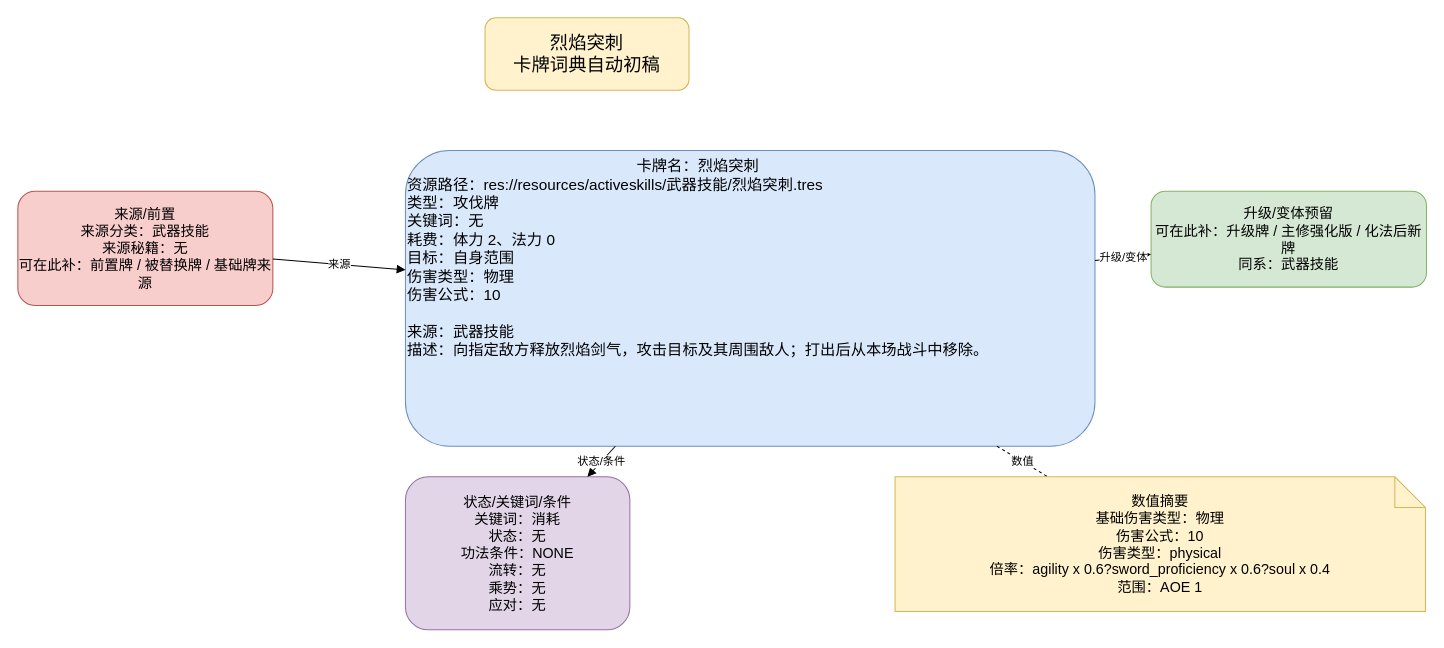
ankundanetracyc-spec/tian-guan-you-du keeps this draw.io diagram as docs/卡牌词典/武器技能/烈焰突刺.drawio. Above is the earlier version. Source tidied: cells renumbered, new cells numbered last; positions are measured from the earlier drawing's top-left corner, leaving out a move shared by most shapes. Both pictures are drawn from the tidied source at 102%, with x=0, y=0 at pixel (17, 17).
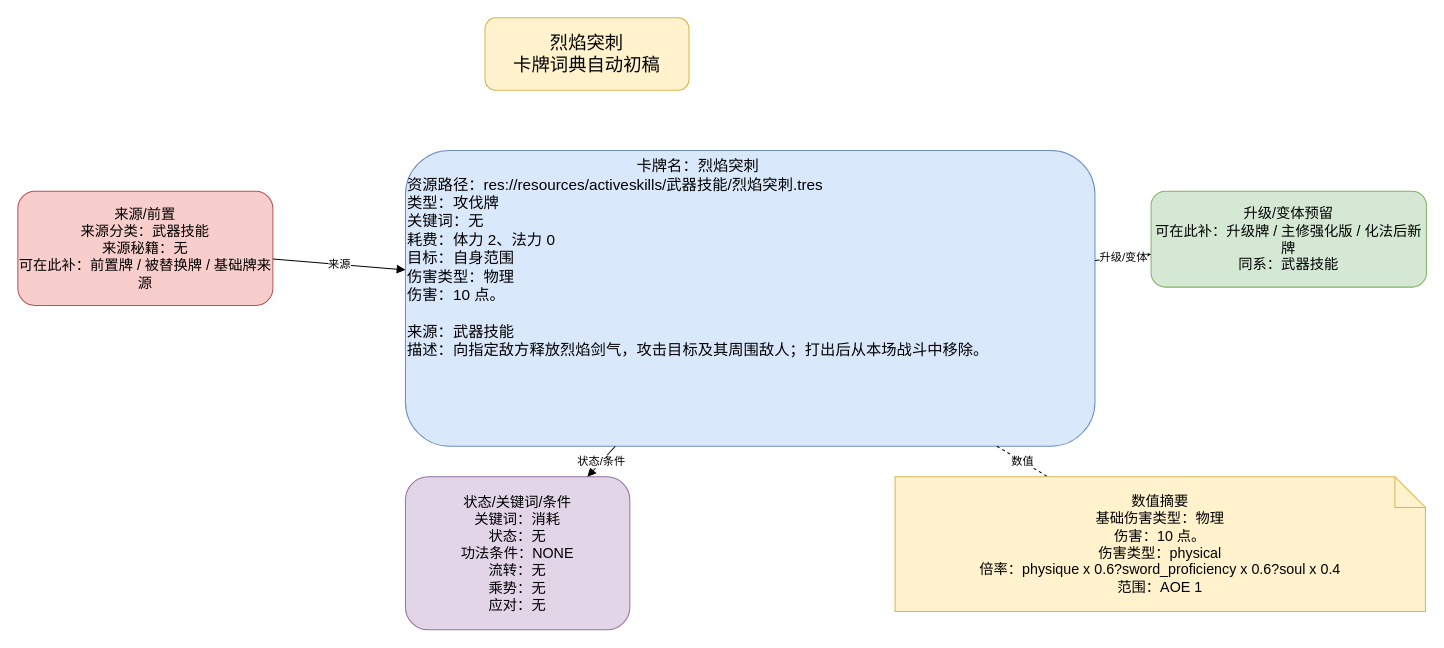
The same page after the edit.

The edit, as a diff of the source:
```diff
@@
 <mxGraphModel>
   <root>
     <mxCell id="0" />
     <mxCell id="1" parent="0" />
     <mxCell id="2" value="烈焰突刺&#10;卡牌词典自动初稿" style="rounded=1;whiteSpace=wrap;html=1;fillColor=#fff2cc;strokeColor=#d6b656;fontSize=18;" parent="1" vertex="1">
       <mxGeometry x="458" width="200" height="71" as="geometry" />
     </mxCell>
-    <mxCell id="3" value="&lt;div style=&quot;text-align:center;&quot;&gt;卡牌名：烈焰突刺&lt;/div&gt;&lt;div style=&quot;text-align:left;&quot;&gt;资源路径：res://resources/activeskills/武器技能/烈焰突刺.tres&lt;br&gt;类型：攻伐牌&lt;br&gt;关键词：无&lt;br&gt;耗费：体力 2、法力 0&lt;br&gt;目标：自身范围&lt;br&gt;伤害类型：物理&lt;br&gt;伤害公式：10&lt;/div&gt;&lt;br&gt;来源：武器技能&lt;br&gt;描述：向指定敌方释放烈焰剑气，攻击目标及其周围敌人；打出后从本场战斗中移除。" style="rounded=1;whiteSpace=wrap;html=1;fillColor=#dae8fc;strokeColor=#6c8ebf;fontSize=15;align=left;verticalAlign=top;" parent="1" vertex="1">
+    <mxCell id="3" value="&lt;div style=&quot;text-align:center;&quot;&gt;卡牌名：烈焰突刺&lt;/div&gt;&lt;div style=&quot;text-align:left;&quot;&gt;资源路径：res://resources/activeskills/武器技能/烈焰突刺.tres&lt;br&gt;类型：攻伐牌&lt;br&gt;关键词：无&lt;br&gt;耗费：体力 2、法力 0&lt;br&gt;目标：自身范围&lt;br&gt;伤害类型：物理&lt;br&gt;伤害：10 点。&lt;/div&gt;&lt;br&gt;来源：武器技能&lt;br&gt;描述：向指定敌方释放烈焰剑气，攻击目标及其周围敌人；打出后从本场战斗中移除。" style="rounded=1;whiteSpace=wrap;html=1;fillColor=#dae8fc;strokeColor=#6c8ebf;fontSize=15;align=left;verticalAlign=top;" parent="1" vertex="1">
       <mxGeometry x="380" y="130" width="676" height="290" as="geometry" />
     </mxCell>
     <mxCell id="4" value="来源/前置&#10;来源分类：武器技能&#10;来源秘籍：无&#10;可在此补：前置牌 / 被替换牌 / 基础牌来源" style="rounded=1;whiteSpace=wrap;html=1;fillColor=#f8cecc;strokeColor=#b85450;fontSize=14;" parent="1" vertex="1">
       <mxGeometry y="170" width="250" height="112" as="geometry" />
     </mxCell>
     <mxCell id="5" value="升级/变体预留&#10;可在此补：升级牌 / 主修强化版 / 化法后新牌&#10;同系：武器技能" style="rounded=1;whiteSpace=wrap;html=1;fillColor=#d5e8d4;strokeColor=#82b366;fontSize=14;" parent="1" vertex="1">
       <mxGeometry x="1111" y="170" width="270" height="94" as="geometry" />
     </mxCell>
     <mxCell id="6" value="状态/关键词/条件&#10;关键词：消耗&#10;状态：无&#10;功法条件：NONE&#10;流转：无&#10;乘势：无&#10;应对：无" style="rounded=1;whiteSpace=wrap;html=1;fillColor=#e1d5e7;strokeColor=#9673a6;fontSize=14;" parent="1" vertex="1">
       <mxGeometry x="380" y="450" width="220" height="150" as="geometry" />
     </mxCell>
-    <mxCell id="7" value="数值摘要&lt;br&gt;基础伤害类型：物理&lt;br&gt;伤害公式：10&lt;br&gt;伤害类型：physical&lt;br&gt;倍率：agility x 0.6?sword_proficiency x 0.6?soul x 0.4&lt;br&gt;范围：AOE 1" style="shape=note;whiteSpace=wrap;html=1;fillColor=#fff2cc;strokeColor=#d6b656;fontSize=14;" parent="1" vertex="1">
+    <mxCell id="7" value="数值摘要&lt;br&gt;基础伤害类型：物理&lt;br&gt;伤害：10 点。&lt;br&gt;伤害类型：physical&lt;br&gt;倍率：physique x 0.6?sword_proficiency x 0.6?soul x 0.4&lt;br&gt;范围：AOE 1" style="shape=note;whiteSpace=wrap;html=1;fillColor=#fff2cc;strokeColor=#d6b656;fontSize=14;" parent="1" vertex="1">
       <mxGeometry x="860" y="450" width="520" height="132" as="geometry" />
     </mxCell>
     <mxCell id="8" value="来源" style="endArrow=block;html=1;rounded=0;" parent="1" edge="1" source="4" target="3">
       <mxGeometry relative="1" as="geometry" />
     </mxCell>
     <mxCell id="9" value="升级/变体" style="endArrow=block;html=1;rounded=0;" parent="1" edge="1" source="3" target="5">
       <mxGeometry relative="1" as="geometry" />
     </mxCell>
     <mxCell id="10" value="状态/条件" style="endArrow=block;html=1;rounded=0;" parent="1" edge="1" source="3" target="6">
       <mxGeometry relative="1" as="geometry" />
     </mxCell>
     <mxCell id="11" value="数值" style="endArrow=none;dashed=1;html=1;" parent="1" edge="1" source="3" target="7">
       <mxGeometry relative="1" as="geometry" />
     </mxCell>
   </root>
 </mxGraphModel>
```
